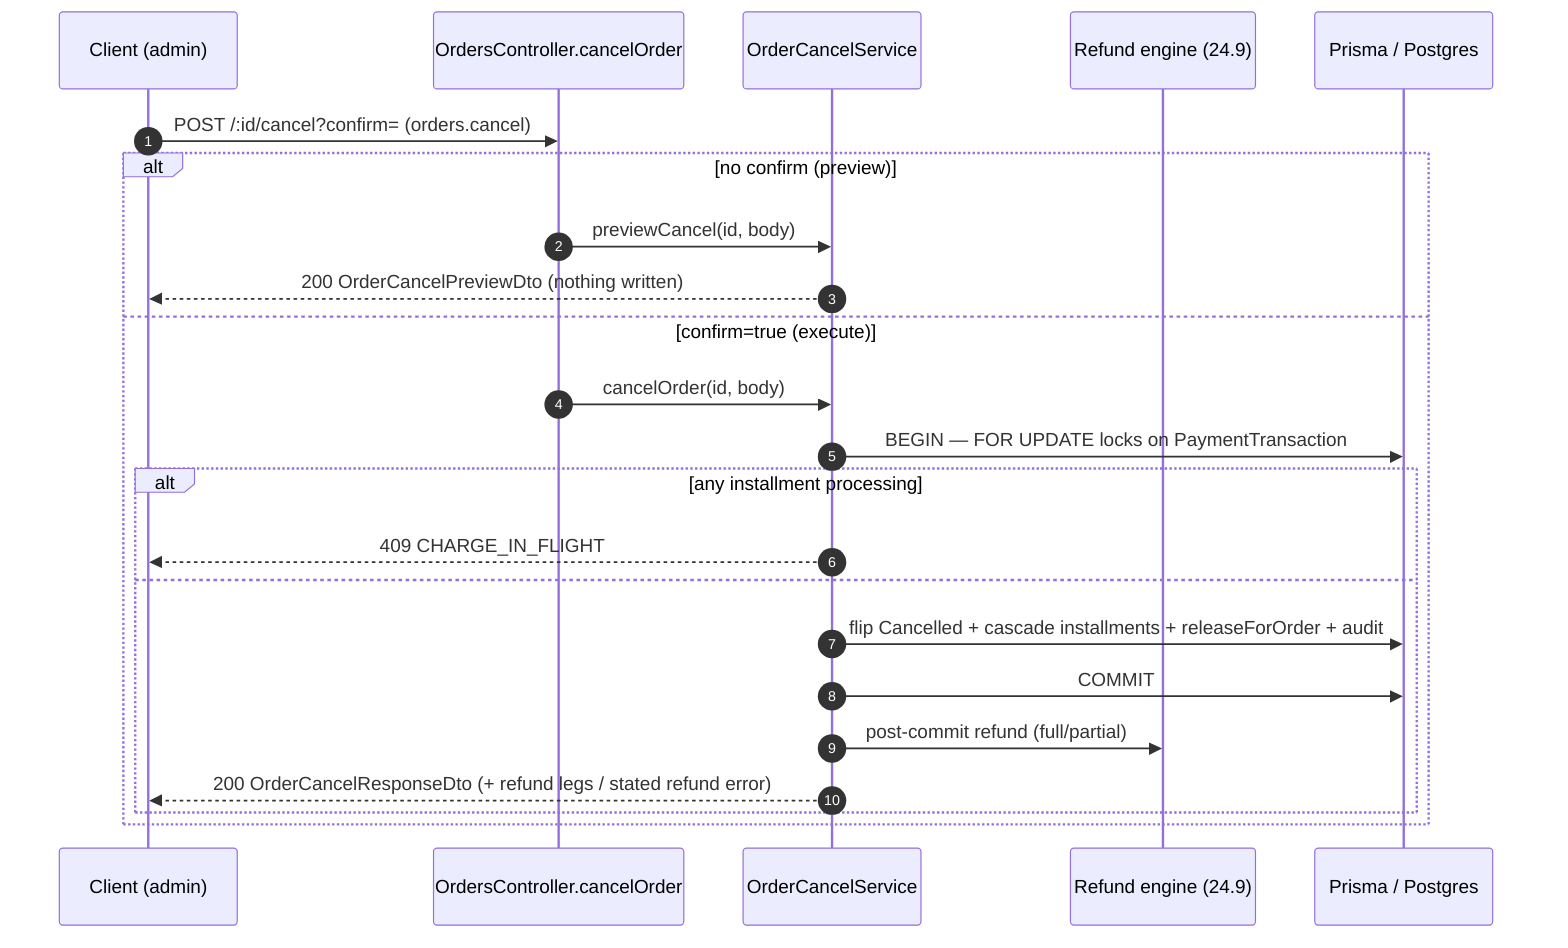
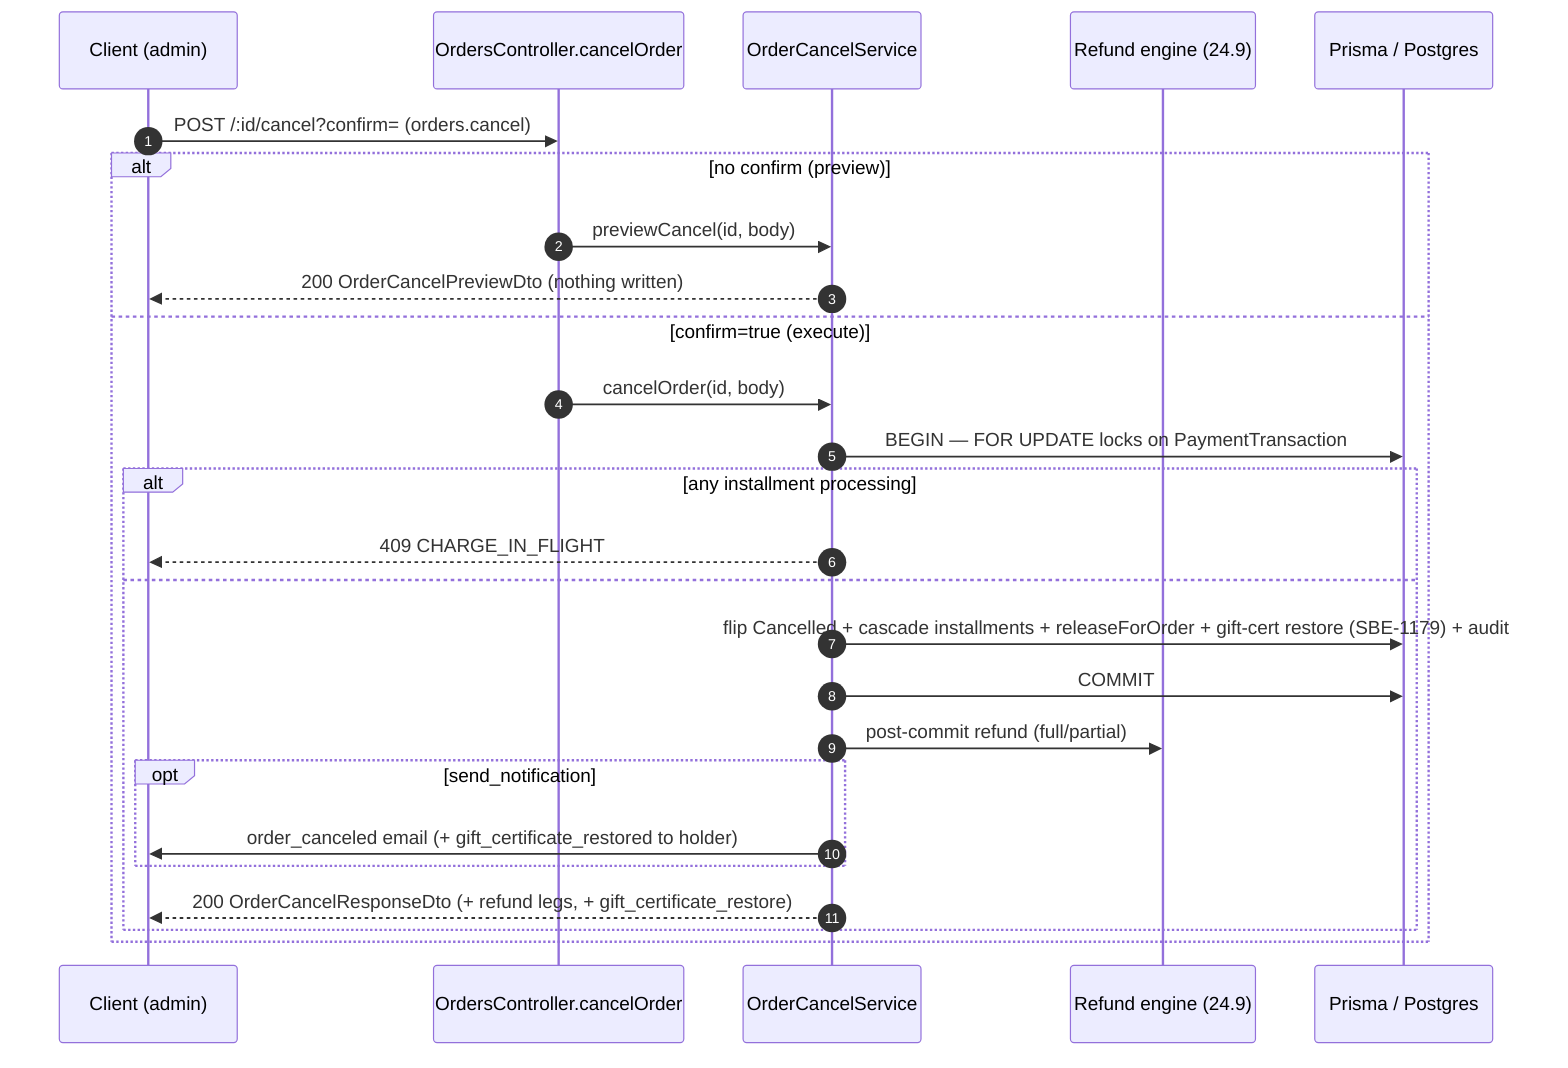
sequenceDiagram
    autonumber
    participant C as Client (admin)
    participant Ctl as OrdersController.cancelOrder
    participant Svc as OrderCancelService
    participant Ref as Refund engine (24.9)
    participant DB as Prisma / Postgres
    C->>Ctl: POST /:id/cancel?confirm= (orders.cancel)
    alt no confirm (preview)
        Ctl->>Svc: previewCancel(id, body)
        Svc-->>C: 200 OrderCancelPreviewDto (nothing written)
    else confirm=true (execute)
        Ctl->>Svc: cancelOrder(id, body)
        Svc->>DB: BEGIN — FOR UPDATE locks on PaymentTransaction
        alt any installment processing
            Svc-->>C: 409 CHARGE_IN_FLIGHT
        else
-             Svc->>DB: flip Cancelled + cascade installments + releaseForOrder + audit
+             Svc->>DB: flip Cancelled + cascade installments + releaseForOrder + gift-cert restore (SBE-1179) + audit
            Svc->>DB: COMMIT
            Svc->>Ref: post-commit refund (full/partial)
-             Svc-->>C: 200 OrderCancelResponseDto (+ refund legs / stated refund error)
+             opt send_notification
+                 Svc->>C: order_canceled email (+ gift_certificate_restored to holder)
+             end
+             Svc-->>C: 200 OrderCancelResponseDto (+ refund legs, + gift_certificate_restore)
        end
    end
